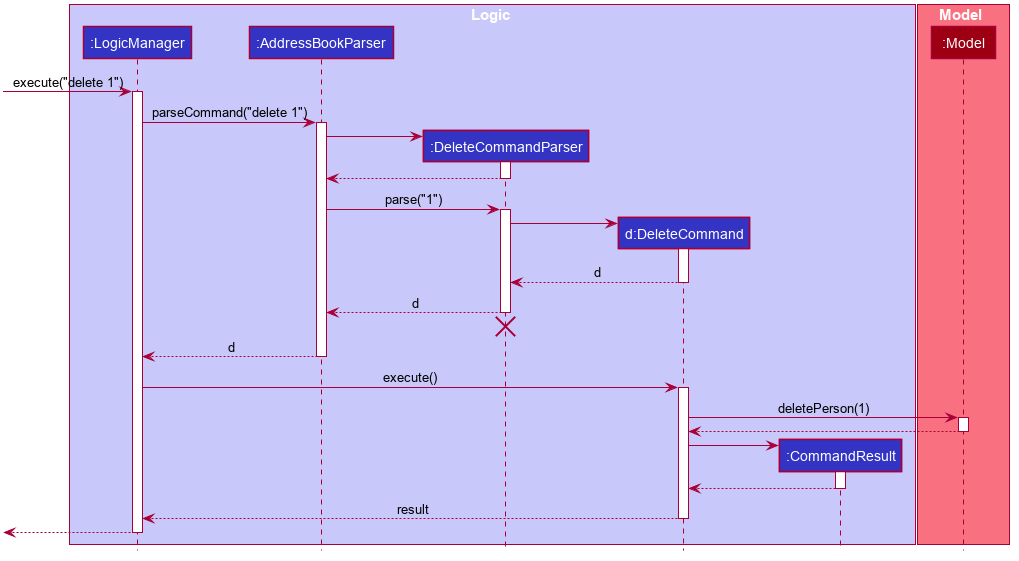
nus-cs2103-AY2223S2/tp keeps this PlantUML diagram as docs/images/DeleteSequenceDiagram.png. Above is the earlier version.
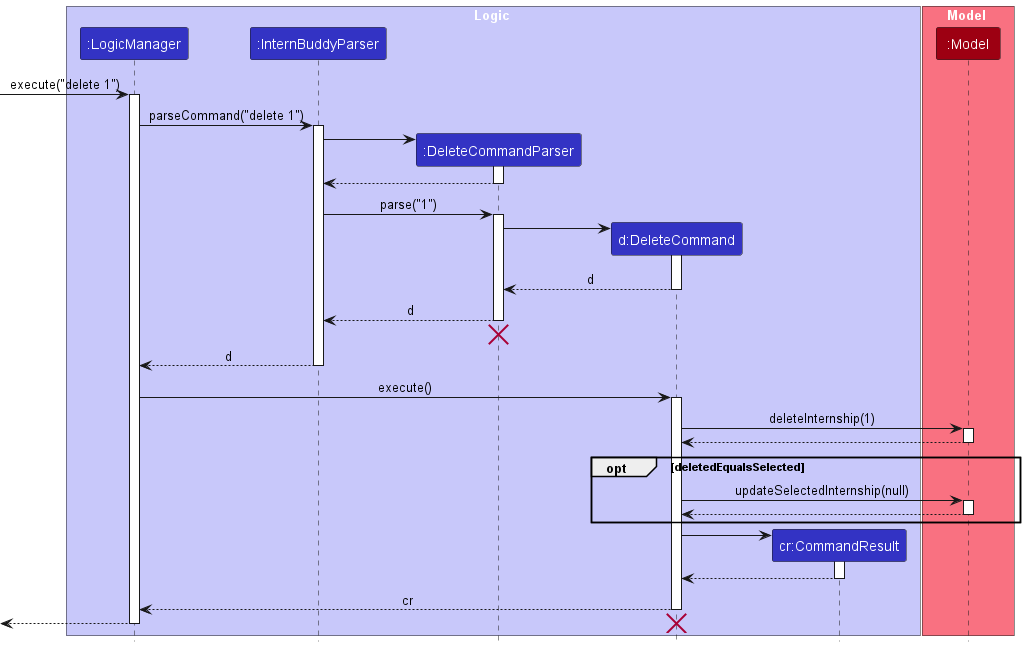
After the commit.

Commit message:
Update Logic class section

The edit, as a diff of the source:
```diff
@@ -1,79 +1,32 @@
 @startuml
+!include style.puml
 
-
-
-
-
-
-
-
-skinparam BackgroundColor #FFFFFFF
-
-skinparam Shadowing false
-
-skinparam Class {
-    FontColor #FFFFFF
-    BorderThickness 1
-    BorderColor #FFFFFF
-    StereotypeFontColor #FFFFFF
-    FontName Arial
-}
-
-skinparam Actor {
-    BorderColor #000000
-    Color #000000
-    FontName Arial
-}
-
-skinparam Sequence {
-    MessageAlign center
-    BoxFontSize 15
-    BoxPadding 0
-    BoxFontColor #FFFFFF
-    FontName Arial
-}
-
-skinparam Participant {
-    FontColor #FFFFFFF
-    Padding 20
-}
-
-skinparam MinClassWidth 50
-skinparam ParticipantPadding 10
-skinparam Shadowing false
-skinparam DefaultTextAlignment center
-skinparam packageStyle Rectangle
-
-hide footbox
-hide members
-hide circle
-
-box Logic #C8C8FA
-participant ":LogicManager" as LogicManager #3333C4
-participant ":AddressBookParser" as AddressBookParser #3333C4
-participant ":DeleteCommandParser" as DeleteCommandParser #3333C4
-participant "d:DeleteCommand" as DeleteCommand #3333C4
-participant ":CommandResult" as CommandResult #3333C4
+box Logic LOGIC_COLOR_T1
+participant ":LogicManager" as LogicManager LOGIC_COLOR
+participant ":InternBuddyParser" as InternBuddyParser LOGIC_COLOR
+participant ":DeleteCommandParser" as DeleteCommandParser LOGIC_COLOR
+participant "d:DeleteCommand" as DeleteCommand LOGIC_COLOR
+participant "cr:CommandResult" as CommandResult LOGIC_COLOR
 end box
 
-box Model #F97181
-participant ":Model" as Model #9D0012
+box Model MODEL_COLOR_T1
+participant ":Model" as Model MODEL_COLOR
 end box
 
 [-> LogicManager : execute("delete 1")
 activate LogicManager
 
-LogicManager -> AddressBookParser : parseCommand("delete 1")
-activate AddressBookParser
+LogicManager -> InternBuddyParser : parseCommand("delete 1")
+activate InternBuddyParser
 
 create DeleteCommandParser
-AddressBookParser -> DeleteCommandParser
+InternBuddyParser -> DeleteCommandParser
 activate DeleteCommandParser
 
-DeleteCommandParser --> AddressBookParser
+DeleteCommandParser --> InternBuddyParser
 deactivate DeleteCommandParser
 
-AddressBookParser -> DeleteCommandParser : parse("1")
+InternBuddyParser -> DeleteCommandParser : parse("1")
 activate DeleteCommandParser
 
 create DeleteCommand
@@ -83,22 +36,30 @@
 DeleteCommand --> DeleteCommandParser : d
 deactivate DeleteCommand
 
-DeleteCommandParser --> AddressBookParser : d
+DeleteCommandParser --> InternBuddyParser : d
 deactivate DeleteCommandParser
-DeleteCommandParser -[hidden]-> AddressBookParser
+DeleteCommandParser -[hidden]-> InternBuddyParser
 destroy DeleteCommandParser
 
-AddressBookParser --> LogicManager : d
-deactivate AddressBookParser
+InternBuddyParser --> LogicManager : d
+deactivate InternBuddyParser
 
 LogicManager -> DeleteCommand : execute()
 activate DeleteCommand
 
-DeleteCommand -> Model : deletePerson(1)
+DeleteCommand -> Model : deleteInternship(1)
 activate Model
 
 Model --> DeleteCommand
 deactivate Model
+
+opt deletedEqualsSelected
+    DeleteCommand -> Model : updateSelectedInternship(null)
+    activate Model
+
+    Model --> DeleteCommand
+    deactivate Model
+end
 
 create CommandResult
 DeleteCommand -> CommandResult
@@ -107,9 +68,11 @@
 CommandResult --> DeleteCommand
 deactivate CommandResult
 
-DeleteCommand --> LogicManager : result
+DeleteCommand --> LogicManager : cr
 deactivate DeleteCommand
 
+
 [<--LogicManager
+destroy DeleteCommand
 deactivate LogicManager
 @enduml
```
